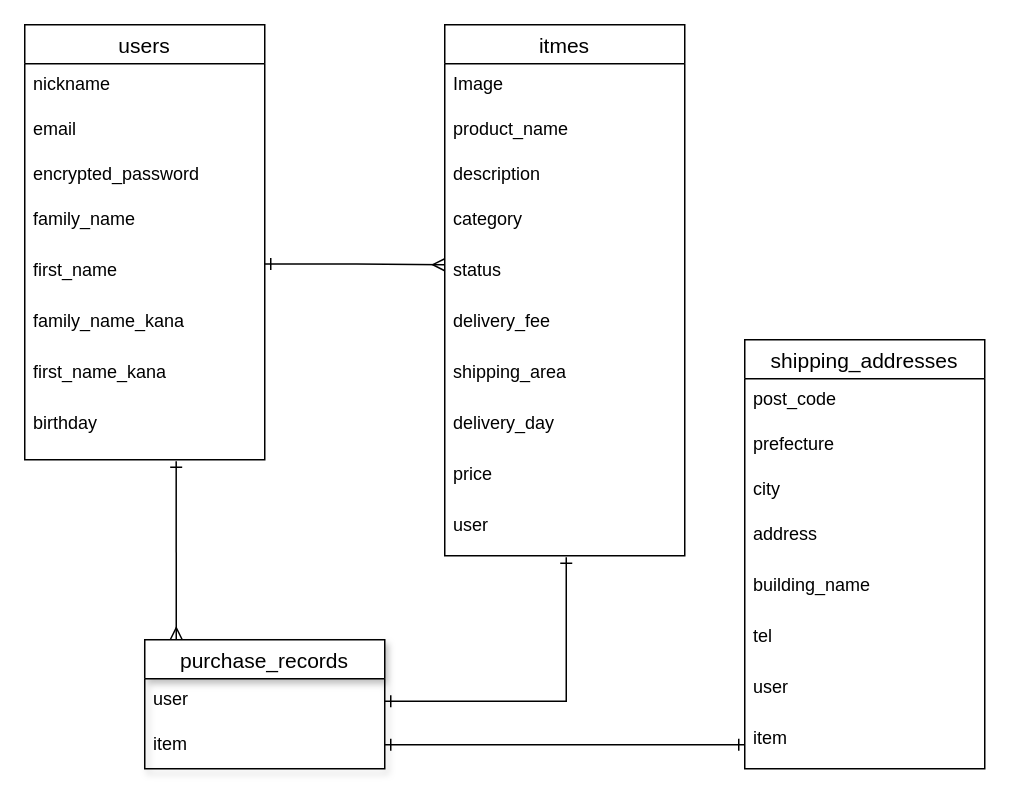
This is furima.dio from kumosekine/furima-36032, a draw.io file, before an edit. Source tidied: cells renumbered, new cells numbered last; positions are measured from the earlier drawing's top-left corner, leaving out a move shared by most shapes. Both pictures are drawn from the tidied source at 150%, with x=0, y=0 at pixel (24, 24).
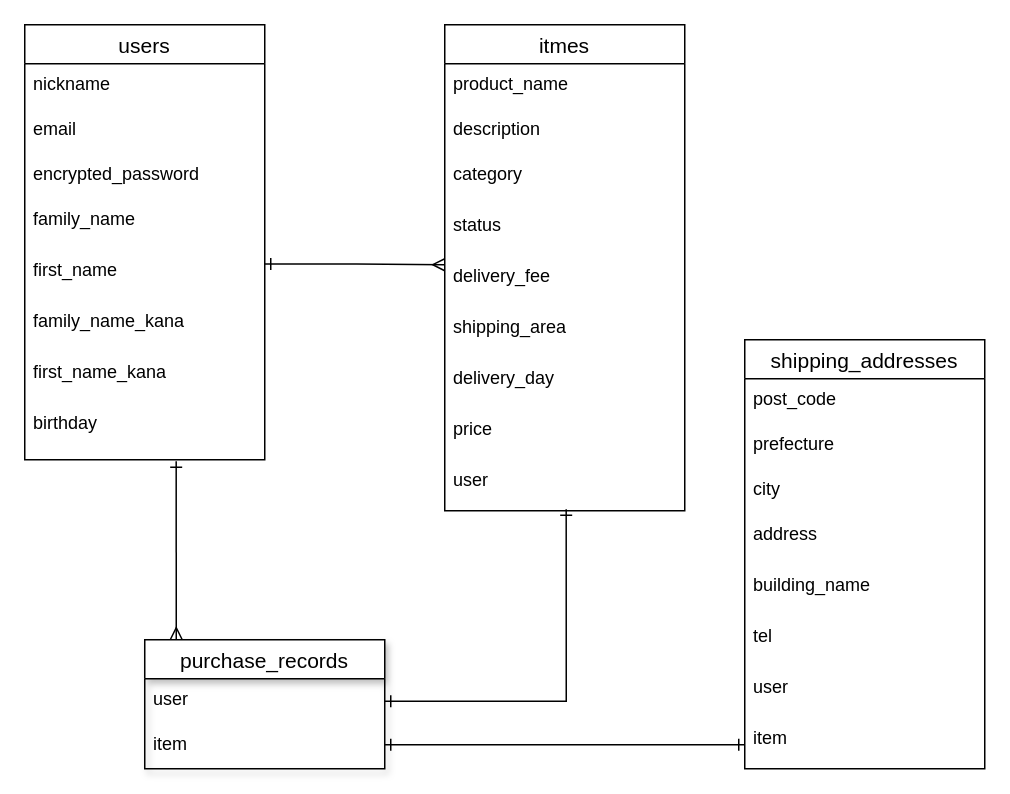
The same diagram, later.

The change refers to these unchanged cells:
```xml
<mxCell id="32" value="user" style="text;strokeColor=none;fillColor=none;spacingLeft=4;spacingRight=4;overflow=hidden;points=[[0,0.5],[1,0.5]];portConstraint=eastwest;fontSize=12;" parent="31" vertex="1">
  <mxGeometry y="26" width="160" height="30" as="geometry" />
</mxCell>
```

The edit, as a diff of the source:
```diff
@@
     <mxCell id="11" value="itmes" style="swimlane;fontStyle=0;horizontal=1;startSize=26;align=center;fontSize=14;" parent="1" vertex="1">
-      <mxGeometry x="280" width="160" height="354" as="geometry" />
+      <mxGeometry x="280" width="160" height="324" as="geometry" />
     </mxCell>
-    <mxCell id="12" value="Image" style="text;strokeColor=none;fillColor=none;spacingLeft=4;spacingRight=4;overflow=hidden;fontSize=12;" parent="11" vertex="1">
-      <mxGeometry y="26" width="160" height="30" as="geometry" />
-    </mxCell>
     <mxCell id="13" value="product_name" style="text;strokeColor=none;fillColor=none;spacingLeft=4;spacingRight=4;overflow=hidden;fontSize=12;" parent="11" vertex="1">
-      <mxGeometry y="56" width="160" height="30" as="geometry" />
+      <mxGeometry y="26" width="160" height="30" as="geometry" />
     </mxCell>
     <mxCell id="14" value="description" style="text;strokeColor=none;fillColor=none;spacingLeft=4;spacingRight=4;overflow=hidden;fontSize=12;" parent="11" vertex="1">
-      <mxGeometry y="86" width="160" height="30" as="geometry" />
+      <mxGeometry y="56" width="160" height="30" as="geometry" />
     </mxCell>
     <mxCell id="15" value="category" style="text;strokeColor=none;fillColor=none;spacingLeft=4;spacingRight=4;overflow=hidden;fontSize=12;shadow=1;" parent="11" vertex="1">
-      <mxGeometry y="116" width="160" height="34" as="geometry" />
+      <mxGeometry y="86" width="160" height="34" as="geometry" />
     </mxCell>
     <mxCell id="16" value="status" style="text;strokeColor=none;fillColor=none;spacingLeft=4;spacingRight=4;overflow=hidden;fontSize=12;shadow=1;" parent="11" vertex="1">
-      <mxGeometry y="150" width="160" height="34" as="geometry" />
+      <mxGeometry y="120" width="160" height="34" as="geometry" />
     </mxCell>
     <mxCell id="17" value="delivery_fee" style="text;strokeColor=none;fillColor=none;spacingLeft=4;spacingRight=4;overflow=hidden;fontSize=12;shadow=1;" parent="11" vertex="1">
-      <mxGeometry y="184" width="160" height="34" as="geometry" />
+      <mxGeometry y="154" width="160" height="34" as="geometry" />
     </mxCell>
     <mxCell id="18" value="shipping_area" style="text;strokeColor=none;fillColor=none;spacingLeft=4;spacingRight=4;overflow=hidden;fontSize=12;shadow=1;" parent="11" vertex="1">
-      <mxGeometry y="218" width="160" height="34" as="geometry" />
+      <mxGeometry y="188" width="160" height="34" as="geometry" />
     </mxCell>
     <mxCell id="19" value="delivery_day" style="text;strokeColor=none;fillColor=none;spacingLeft=4;spacingRight=4;overflow=hidden;fontSize=12;shadow=1;" parent="11" vertex="1">
-      <mxGeometry y="252" width="160" height="34" as="geometry" />
+      <mxGeometry y="222" width="160" height="34" as="geometry" />
     </mxCell>
     <mxCell id="20" value="price" style="text;strokeColor=none;fillColor=none;spacingLeft=4;spacingRight=4;overflow=hidden;fontSize=12;shadow=1;" parent="11" vertex="1">
-      <mxGeometry y="286" width="160" height="34" as="geometry" />
+      <mxGeometry y="256" width="160" height="34" as="geometry" />
     </mxCell>
     <mxCell id="21" value="user" style="text;strokeColor=none;fillColor=none;spacingLeft=4;spacingRight=4;overflow=hidden;points=[[0,0.5],[1,0.5]];portConstraint=eastwest;fontSize=12;shadow=1;" parent="11" vertex="1">
-      <mxGeometry y="320" width="160" height="34" as="geometry" />
+      <mxGeometry y="290" width="160" height="34" as="geometry" />
     </mxCell>
@@
-    <mxCell id="37" style="endArrow=ERone;html=1;rounded=0;exitX=1;exitY=0.5;exitDx=0;exitDy=0;startArrow=ERone;startFill=0;endFill=0;" parent="1" edge="1" source="32">
+    <mxCell id="37" style="endArrow=ERone;html=1;rounded=0;exitX=1;exitY=0.5;exitDx=0;exitDy=0;startArrow=ERone;startFill=0;endFill=0;entryX=0.506;entryY=0.971;entryDx=0;entryDy=0;entryPerimeter=0;" parent="1" edge="1" source="32" target="21">
       <mxGeometry relative="1" as="geometry">
-        <mxPoint x="361" y="355" as="targetPoint" />
         <Array as="points">
           <mxPoint x="361" y="451" />
         </Array>
       </mxGeometry>
     </mxCell>
```
